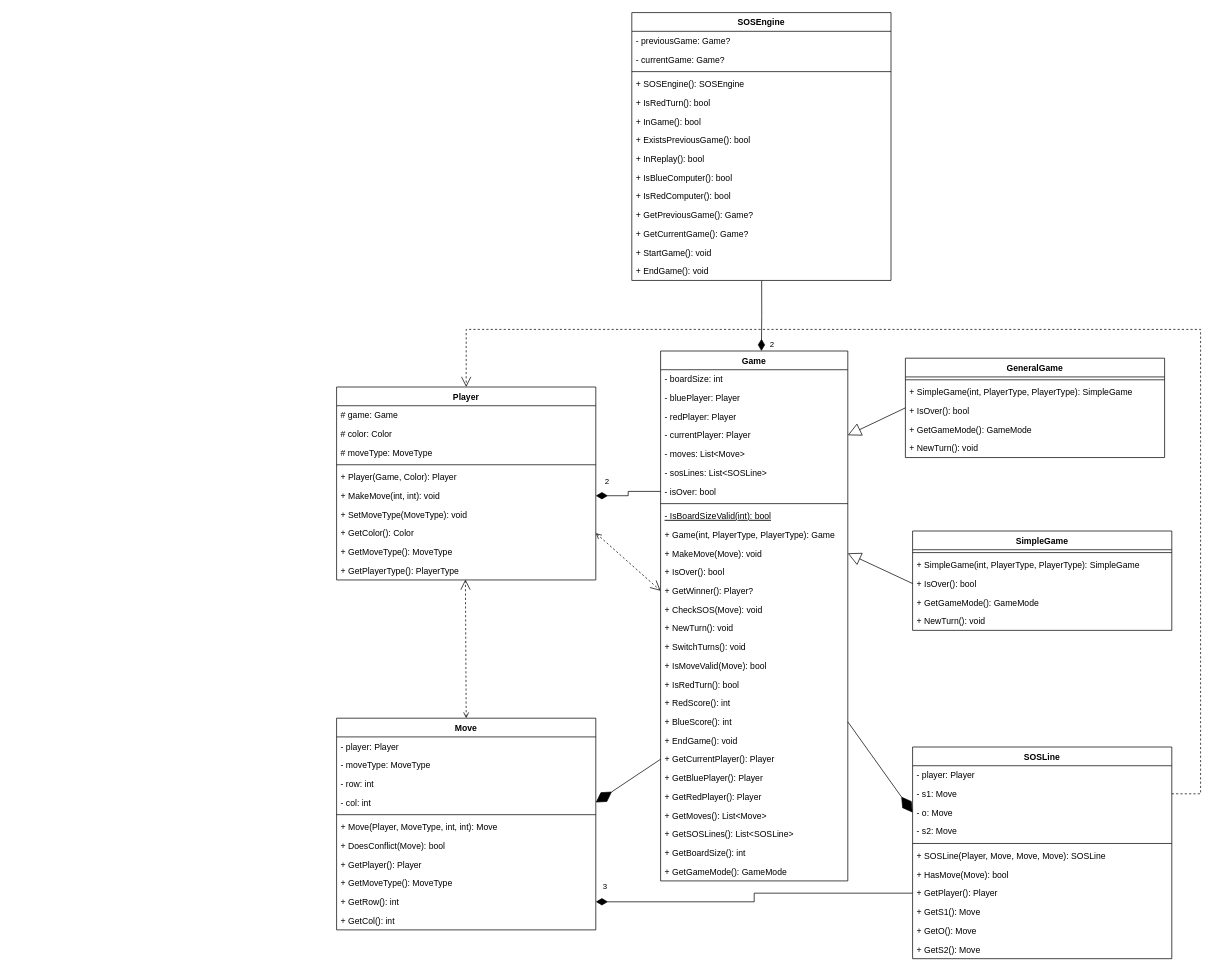
This is artifacts/sprint-4-class-hierarchy.drawio from jonathanbenson/sosgame, a draw.io file, before an edit. Source tidied: cells renumbered, new cells numbered last; positions are measured from the earlier drawing's top-left corner, leaving out a move shared by most shapes. Both pictures are drawn from the tidied source at 72%, with x=0, y=0 at pixel (336, 12).
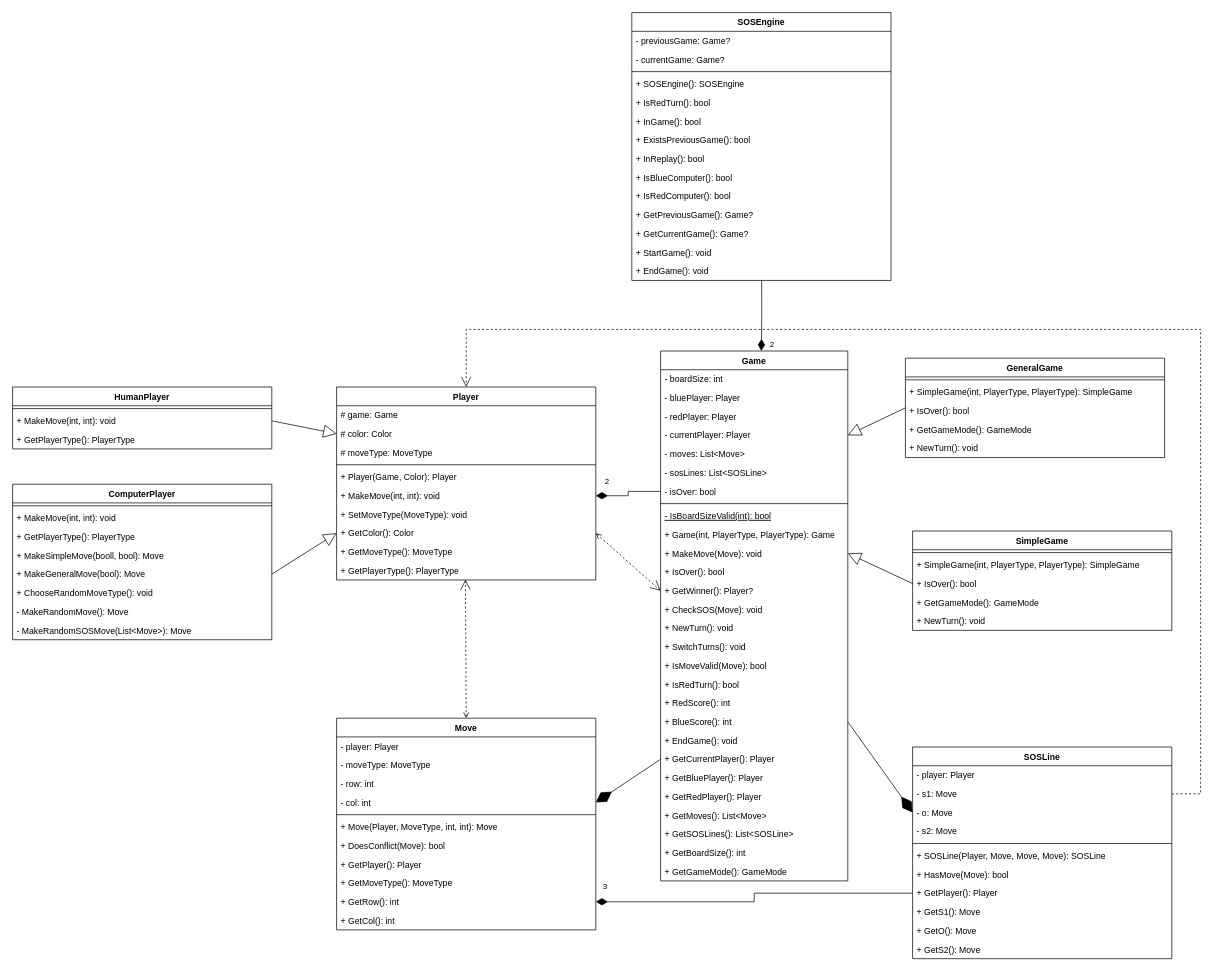
After the change.

Commit message (it also covers changes not shown here):
Sprint 4 class hierarchy and report complete

The change refers to these unchanged cells:
```xml
<mxCell id="17" value="# color: Color" style="text;strokeColor=none;fillColor=none;align=left;verticalAlign=top;spacingLeft=4;spacingRight=4;overflow=hidden;points=[[0,0.5],[1,0.5]];portConstraint=eastwest;" parent="15" vertex="1">
  <mxGeometry y="52" width="360" height="26" as="geometry" />
</mxCell>
<mxCell id="23" value="+ GetColor(): Color" style="text;strokeColor=none;fillColor=none;align=left;verticalAlign=top;spacingLeft=4;spacingRight=4;overflow=hidden;points=[[0,0.5],[1,0.5]];portConstraint=eastwest;" parent="15" vertex="1">
  <mxGeometry y="190" width="360" height="26" as="geometry" />
</mxCell>
```

Diff of the diagram source:
```diff
@@
+    <mxCell id="103" value="HumanPlayer" style="swimlane;fontStyle=1;align=center;verticalAlign=top;horizontal=1;startSize=26;" parent="1" vertex="1">
+      <mxGeometry x="-450" y="520" width="360" height="86" as="geometry" />
+    </mxCell>
+    <mxCell id="104" style="line;strokeWidth=1;fillColor=none;align=left;verticalAlign=middle;spacingTop=-1;spacingLeft=3;spacingRight=3;labelPosition=right;strokeColor=inherit;" parent="103" vertex="1">
+      <mxGeometry y="26" width="360" height="8" as="geometry" />
+    </mxCell>
+    <mxCell id="105" value="+ MakeMove(int, int): void" style="text;strokeColor=none;fillColor=none;align=left;verticalAlign=top;spacingLeft=4;spacingRight=4;overflow=hidden;points=[[0,0.5],[1,0.5]];portConstraint=eastwest;" parent="103" vertex="1">
+      <mxGeometry y="34" width="360" height="26" as="geometry" />
+    </mxCell>
+    <mxCell id="106" value="+ GetPlayerType(): PlayerType" style="text;strokeColor=none;fillColor=none;align=left;verticalAlign=top;spacingLeft=4;spacingRight=4;overflow=hidden;" parent="103" vertex="1">
+      <mxGeometry y="60" width="360" height="26" as="geometry" />
+    </mxCell>
+    <mxCell id="107" value="ComputerPlayer" style="swimlane;fontStyle=1;align=center;verticalAlign=top;horizontal=1;startSize=26;" parent="1" vertex="1">
+      <mxGeometry x="-450" y="655" width="360" height="216" as="geometry" />
+    </mxCell>
+    <mxCell id="108" style="line;strokeWidth=1;fillColor=none;align=left;verticalAlign=middle;spacingTop=-1;spacingLeft=3;spacingRight=3;labelPosition=right;strokeColor=inherit;" parent="107" vertex="1">
+      <mxGeometry y="26" width="360" height="8" as="geometry" />
+    </mxCell>
+    <mxCell id="109" value="+ MakeMove(int, int): void" style="text;strokeColor=none;fillColor=none;align=left;verticalAlign=top;spacingLeft=4;spacingRight=4;overflow=hidden;" parent="107" vertex="1">
+      <mxGeometry y="34" width="360" height="26" as="geometry" />
+    </mxCell>
+    <mxCell id="110" value="+ GetPlayerType(): PlayerType" style="text;strokeColor=none;fillColor=none;align=left;verticalAlign=top;spacingLeft=4;spacingRight=4;overflow=hidden;" parent="107" vertex="1">
+      <mxGeometry y="60" width="360" height="26" as="geometry" />
+    </mxCell>
+    <mxCell id="111" value="+ MakeSimpleMove(booll, bool): Move" style="text;strokeColor=none;fillColor=none;align=left;verticalAlign=top;spacingLeft=4;spacingRight=4;overflow=hidden;" parent="107" vertex="1">
+      <mxGeometry y="86" width="360" height="26" as="geometry" />
+    </mxCell>
+    <mxCell id="112" value="+ MakeGeneralMove(bool): Move" style="text;strokeColor=none;fillColor=none;align=left;verticalAlign=top;spacingLeft=4;spacingRight=4;overflow=hidden;points=[[0,0.5],[1,0.5]];portConstraint=eastwest;" parent="107" vertex="1">
+      <mxGeometry y="112" width="360" height="26" as="geometry" />
+    </mxCell>
+    <mxCell id="113" value="+ ChooseRandomMoveType(): void" style="text;strokeColor=none;fillColor=none;align=left;verticalAlign=top;spacingLeft=4;spacingRight=4;overflow=hidden;" parent="107" vertex="1">
+      <mxGeometry y="138" width="360" height="26" as="geometry" />
+    </mxCell>
+    <mxCell id="114" value="- MakeRandomMove(): Move" style="text;strokeColor=none;fillColor=none;align=left;verticalAlign=top;spacingLeft=4;spacingRight=4;overflow=hidden;" parent="107" vertex="1">
+      <mxGeometry y="164" width="360" height="26" as="geometry" />
+    </mxCell>
+    <mxCell id="115" value="- MakeRandomSOSMove(List&lt;Move&gt;): Move" style="text;strokeColor=none;fillColor=none;align=left;verticalAlign=top;spacingLeft=4;spacingRight=4;overflow=hidden;" parent="107" vertex="1">
+      <mxGeometry y="190" width="360" height="26" as="geometry" />
+    </mxCell>
+    <mxCell id="116" style="endArrow=block;endSize=16;endFill=0;html=1;rounded=0;exitX=1;exitY=0.5;exitDx=0;exitDy=0;entryX=0;entryY=0.5;entryDx=0;entryDy=0;" parent="1" edge="1" source="112" target="23">
+      <mxGeometry relative="1" as="geometry" />
+    </mxCell>
+    <mxCell id="117" style="endArrow=block;endSize=16;endFill=0;html=1;rounded=0;exitX=1;exitY=0.5;exitDx=0;exitDy=0;entryX=0;entryY=0.5;entryDx=0;entryDy=0;" parent="1" edge="1" source="105" target="17">
+      <mxGeometry relative="1" as="geometry" />
+    </mxCell>
```
